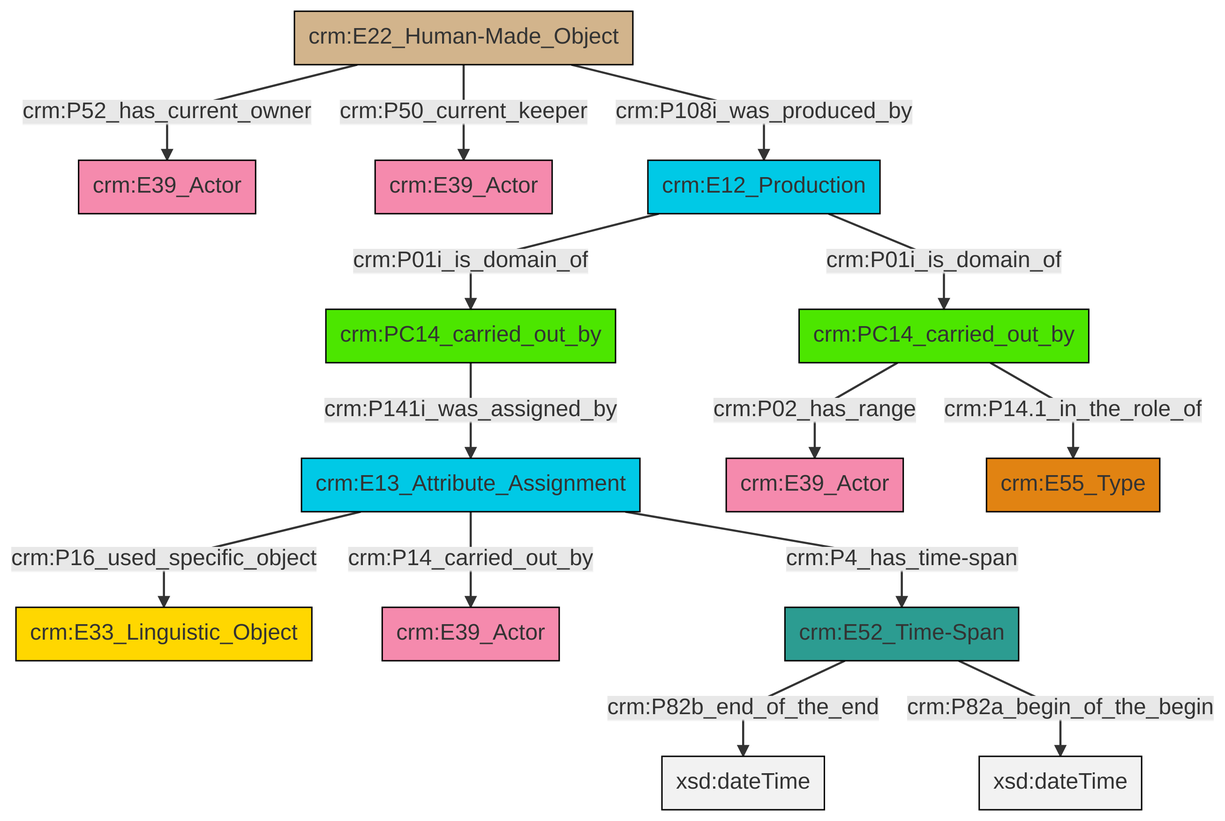
Earlier version of the Mermaid export et/carrierCSV/ttl/mmd/png/carrier_relations.png (swiss-art-research-net/docs.swissartresearch). Its source is kept beside it as et/carrierCSV/ttl/mmd/carrier_relations.ttl.mmd. The source it was exported from:
```mermaid
graph TD
classDef Literal fill:#f2f2f2,stroke:#000000;
classDef CRM_Entity fill:#FFFFFF,stroke:#000000;
classDef Temporal_Entity fill:#00C9E6, stroke:#000000;
classDef Type fill:#E18312, stroke:#000000;
classDef Time-Span fill:#2C9C91, stroke:#000000;
classDef Appellation fill:#FFEB7F, stroke:#000000;
classDef Place fill:#008836, stroke:#000000;
classDef Persistent_Item fill:#B266B2, stroke:#000000;
classDef Conceptual_Object fill:#FFD700, stroke:#000000;
classDef Physical_Thing fill:#D2B48C, stroke:#000000;
classDef Actor fill:#f58aad, stroke:#000000;
classDef PC_Classes fill:#4ce600, stroke:#000000;
classDef Multi fill:#cccccc,stroke:#000000;

0["crm:E13_Attribute_Assignment"]:::Temporal_Entity -->|crm:P16_used_specific_object| 1["crm:E33_Linguistic_Object"]:::Conceptual_Object
2["crm:PC14_carried_out_by"]:::PC_Classes -->|crm:P02_has_range| 3["crm:E39_Actor"]:::Actor
2["crm:PC14_carried_out_by"]:::PC_Classes -->|crm:P14.1_in_the_role_of| 4["crm:E55_Type"]:::Type
5["crm:E22_Human-Made_Object"]:::Physical_Thing -->|crm:P52_has_current_owner| 6["crm:E39_Actor"]:::Actor
0["crm:E13_Attribute_Assignment"]:::Temporal_Entity -->|crm:P14_carried_out_by| 9["crm:E39_Actor"]:::Actor
0["crm:E13_Attribute_Assignment"]:::Temporal_Entity -->|crm:P4_has_time-span| 10["crm:E52_Time-Span"]:::Time-Span
12["crm:PC14_carried_out_by"]:::PC_Classes -->|crm:P141i_was_assigned_by| 0["crm:E13_Attribute_Assignment"]:::Temporal_Entity
10["crm:E52_Time-Span"]:::Time-Span -->|crm:P82b_end_of_the_end| 14[xsd:dateTime]:::Literal
18["crm:E12_Production"]:::Temporal_Entity -->|crm:P01i_is_domain_of| 12["crm:PC14_carried_out_by"]:::PC_Classes
5["crm:E22_Human-Made_Object"]:::Physical_Thing -->|crm:P50_current_keeper| 15["crm:E39_Actor"]:::Actor
10["crm:E52_Time-Span"]:::Time-Span -->|crm:P82a_begin_of_the_begin| 20[xsd:dateTime]:::Literal
5["crm:E22_Human-Made_Object"]:::Physical_Thing -->|crm:P108i_was_produced_by| 18["crm:E12_Production"]:::Temporal_Entity
18["crm:E12_Production"]:::Temporal_Entity -->|crm:P01i_is_domain_of| 2["crm:PC14_carried_out_by"]:::PC_Classes
```
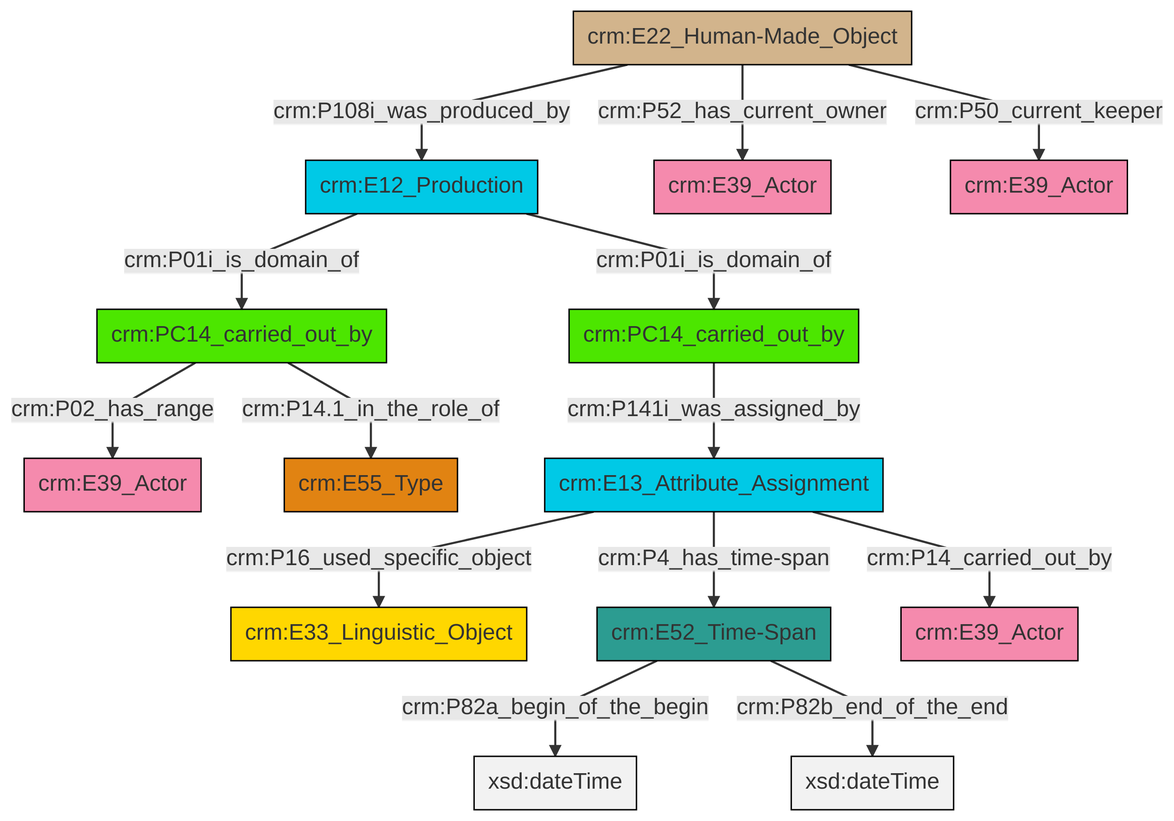
The same diagram one commit later.

The edit, as a diff of the source:
```diff
@@ -13,16 +13,16 @@
 classDef PC_Classes fill:#4ce600, stroke:#000000;
 classDef Multi fill:#cccccc,stroke:#000000;
 
-0["crm:E13_Attribute_Assignment"]:::Temporal_Entity -->|crm:P16_used_specific_object| 1["crm:E33_Linguistic_Object"]:::Conceptual_Object
-2["crm:PC14_carried_out_by"]:::PC_Classes -->|crm:P02_has_range| 3["crm:E39_Actor"]:::Actor
-2["crm:PC14_carried_out_by"]:::PC_Classes -->|crm:P14.1_in_the_role_of| 4["crm:E55_Type"]:::Type
-5["crm:E22_Human-Made_Object"]:::Physical_Thing -->|crm:P52_has_current_owner| 6["crm:E39_Actor"]:::Actor
-0["crm:E13_Attribute_Assignment"]:::Temporal_Entity -->|crm:P14_carried_out_by| 9["crm:E39_Actor"]:::Actor
-0["crm:E13_Attribute_Assignment"]:::Temporal_Entity -->|crm:P4_has_time-span| 10["crm:E52_Time-Span"]:::Time-Span
-12["crm:PC14_carried_out_by"]:::PC_Classes -->|crm:P141i_was_assigned_by| 0["crm:E13_Attribute_Assignment"]:::Temporal_Entity
-10["crm:E52_Time-Span"]:::Time-Span -->|crm:P82b_end_of_the_end| 14[xsd:dateTime]:::Literal
-18["crm:E12_Production"]:::Temporal_Entity -->|crm:P01i_is_domain_of| 12["crm:PC14_carried_out_by"]:::PC_Classes
-5["crm:E22_Human-Made_Object"]:::Physical_Thing -->|crm:P50_current_keeper| 15["crm:E39_Actor"]:::Actor
-10["crm:E52_Time-Span"]:::Time-Span -->|crm:P82a_begin_of_the_begin| 20[xsd:dateTime]:::Literal
-5["crm:E22_Human-Made_Object"]:::Physical_Thing -->|crm:P108i_was_produced_by| 18["crm:E12_Production"]:::Temporal_Entity
-18["crm:E12_Production"]:::Temporal_Entity -->|crm:P01i_is_domain_of| 2["crm:PC14_carried_out_by"]:::PC_Classes
+2["crm:PC14_carried_out_by"]:::PC_Classes -->|crm:P14.1_in_the_role_of| 3["crm:E55_Type"]:::Type
+4["crm:E13_Attribute_Assignment"]:::Temporal_Entity -->|crm:P16_used_specific_object| 5["crm:E33_Linguistic_Object"]:::Conceptual_Object
+10["crm:E52_Time-Span"]:::Time-Span -->|crm:P82a_begin_of_the_begin| 11[xsd:dateTime]:::Literal
+4["crm:E13_Attribute_Assignment"]:::Temporal_Entity -->|crm:P14_carried_out_by| 12["crm:E39_Actor"]:::Actor
+13["crm:E22_Human-Made_Object"]:::Physical_Thing -->|crm:P108i_was_produced_by| 8["crm:E12_Production"]:::Temporal_Entity
+2["crm:PC14_carried_out_by"]:::PC_Classes -->|crm:P02_has_range| 0["crm:E39_Actor"]:::Actor
+6["crm:PC14_carried_out_by"]:::PC_Classes -->|crm:P141i_was_assigned_by| 4["crm:E13_Attribute_Assignment"]:::Temporal_Entity
+10["crm:E52_Time-Span"]:::Time-Span -->|crm:P82b_end_of_the_end| 19[xsd:dateTime]:::Literal
+13["crm:E22_Human-Made_Object"]:::Physical_Thing -->|crm:P52_has_current_owner| 15["crm:E39_Actor"]:::Actor
+13["crm:E22_Human-Made_Object"]:::Physical_Thing -->|crm:P50_current_keeper| 17["crm:E39_Actor"]:::Actor
+8["crm:E12_Production"]:::Temporal_Entity -->|crm:P01i_is_domain_of| 6["crm:PC14_carried_out_by"]:::PC_Classes
+4["crm:E13_Attribute_Assignment"]:::Temporal_Entity -->|crm:P4_has_time-span| 10["crm:E52_Time-Span"]:::Time-Span
+8["crm:E12_Production"]:::Temporal_Entity -->|crm:P01i_is_domain_of| 2["crm:PC14_carried_out_by"]:::PC_Classes
```
